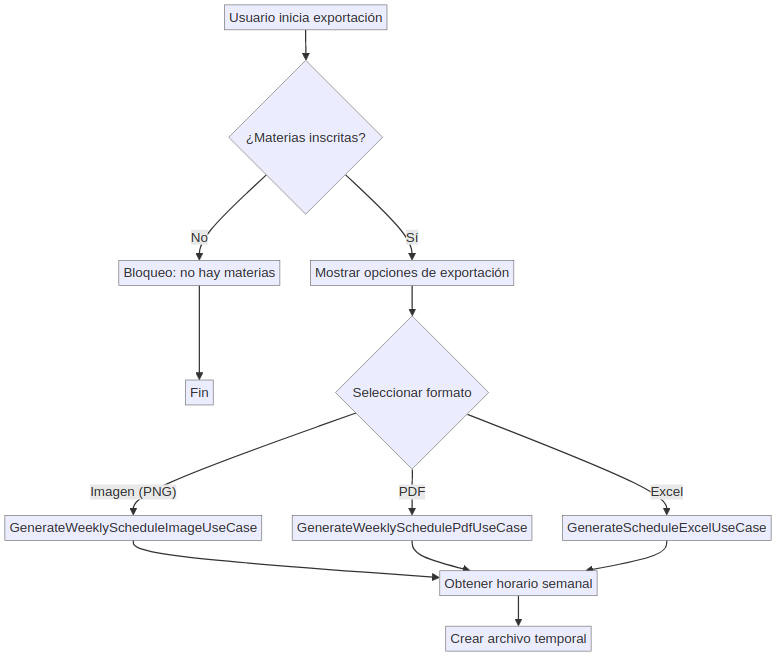
smith-3/Taller-Grado-II keeps this Mermaid diagram as images/diagrams/cap4_f8_export_flow_part1.png. Above is the earlier version. Its source is kept beside it as images/diagrams/cap4_f8_export_flow_part1.mmd. Source of this version:
```mermaid
flowchart TD
    A[Usuario inicia exportación] --> B{¿Materias inscritas?}
    B -- No --> C[Bloqueo: no hay materias]
    C --> D[Fin]

    B -- Sí --> E[Mostrar opciones de exportación]
    E --> F{Seleccionar formato}
    F -- Imagen (PNG) --> H[GenerateWeeklyScheduleImageUseCase]
    F -- PDF --> G[GenerateWeeklySchedulePdfUseCase]
    F -- Excel --> I[GenerateScheduleExcelUseCase]

    H --> J[Obtener horario semanal]
    G --> J
    I --> J
    J --> K[Crear archivo temporal]
```
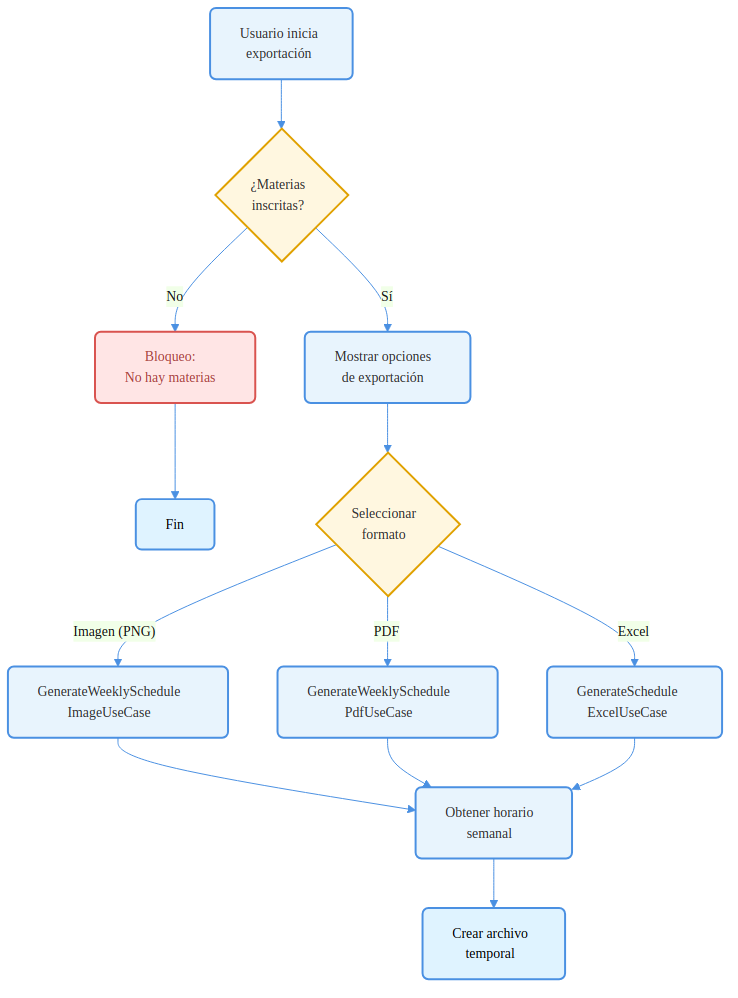
After the commit.

The edit, as a diff of the source:
```diff
@@ -1,15 +1,45 @@
+%%{init: {
+  "theme": "base",
+  "themeVariables": {
+    "fontFamily": "Arial, sans-serif",
+    "fontSize": "14px",
+    "lineColor": "#4A90E2"
+  }
+}}%%
 flowchart TD
-    A[Usuario inicia exportación] --> B{¿Materias inscritas?}
-    B -- No --> C[Bloqueo: no hay materias]
-    C --> D[Fin]
+    A[Usuario inicia<br/>exportación]:::step
 
-    B -- Sí --> E[Mostrar opciones de exportación]
-    E --> F{Seleccionar formato}
-    F -- Imagen (PNG) --> H[GenerateWeeklyScheduleImageUseCase]
-    F -- PDF --> G[GenerateWeeklySchedulePdfUseCase]
-    F -- Excel --> I[GenerateScheduleExcelUseCase]
+    B{¿Materias<br/>inscritas?}:::decision
 
-    H --> J[Obtener horario semanal]
+    C[Bloqueo:<br/>No hay materias]:::error
+    D[Fin]:::final
+
+    E[Mostrar opciones<br/>de exportación]:::step
+    F{Seleccionar<br/>formato}:::decision
+
+    H[GenerateWeeklySchedule<br/>ImageUseCase]:::step
+    G[GenerateWeeklySchedule<br/>PdfUseCase]:::step
+    I[GenerateSchedule<br/>ExcelUseCase]:::step
+
+    J[Obtener horario<br/>semanal]:::step
+    K[Crear archivo<br/>temporal]:::final
+
+    A --> B
+
+    B -- No --> C --> D
+    B -- Sí --> E --> F
+
+    F -- Imagen (PNG) --> H
+    F -- PDF --> G
+    F -- Excel --> I
+
+    H --> J
     G --> J
     I --> J
-    J --> K[Crear archivo temporal]
+
+    J --> K
+
+    classDef step fill:#E8F4FD,stroke:#4A90E2,stroke-width:2px,color:#333,rx:6,ry:6;
+    classDef decision fill:#FFF7E0,stroke:#E0A100,stroke-width:2px,color:#333,rx:6,ry:6;
+    classDef error fill:#FFE5E5,stroke:#D9534F,stroke-width:2px,color:#A94442,rx:6,ry:6;
+    classDef final fill:#DFF3FF,stroke:#4A90E2,stroke-width:2px,color:#000,rx:6,ry:6;
```
